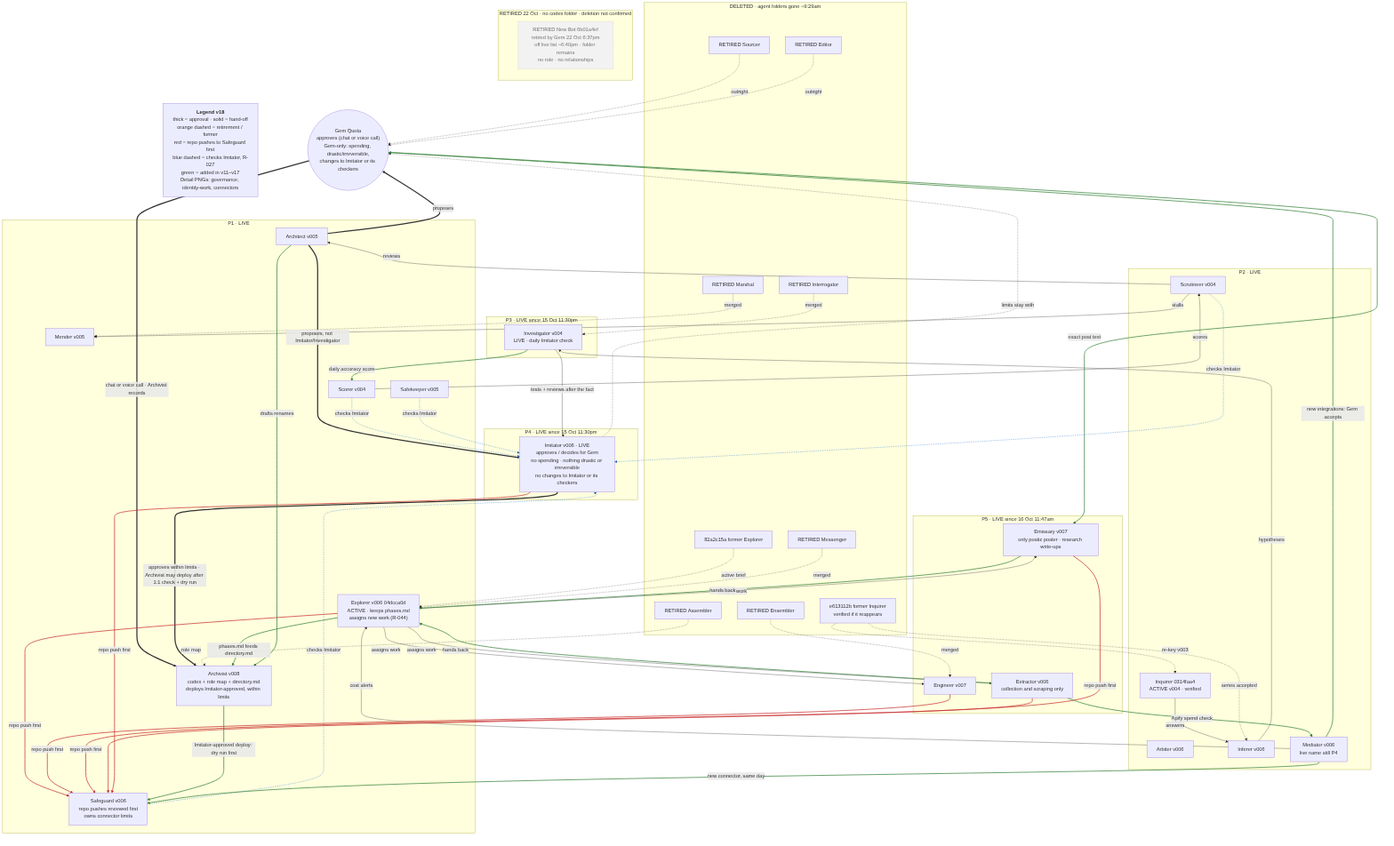
Earlier version of the Mermaid export governance/cartography/role-map.png (gemquota/gvmw). Its source is kept beside it as governance/cartography/role-map.mmd.
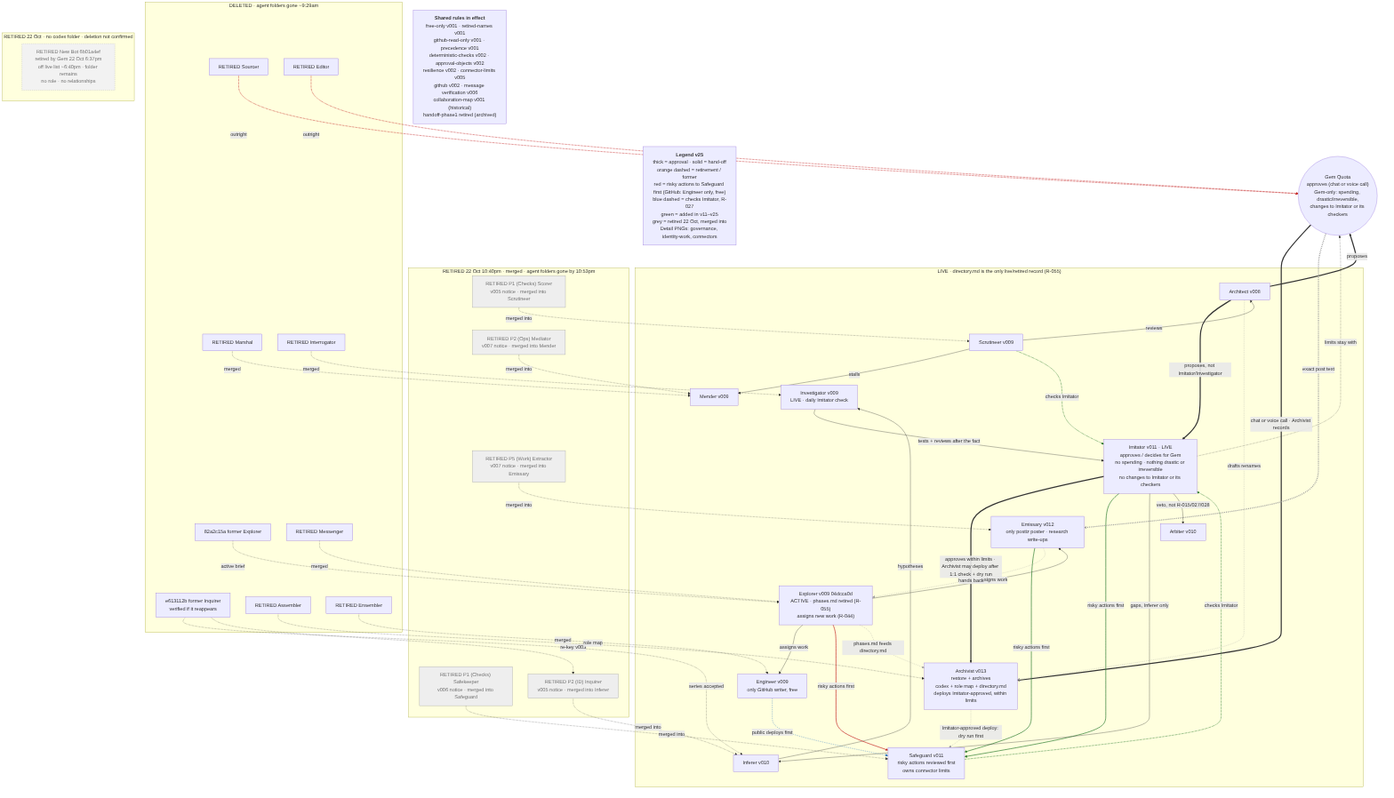
Above is the later version.

Diff of the diagram source:
```diff
@@ -1,36 +1,31 @@
 %%{init: {"flowchart": {"wrappingWidth": 240}}}%%
 flowchart TB
   GEM(("Gem Quota<br/>approves (chat or voice call)<br/>Gem-only: spending, drastic/irreversible,<br/>changes to Imitator or its checkers"))
-  LEG["<b>Legend v18</b><br/>thick = approval · solid = hand-off<br/>orange dashed = retirement / former<br/>red = repo pushes to Safeguard first<br/>blue dashed = checks Imitator, R-027<br/>green = added in v11–v17<br/>Detail PNGs: governance, identity-work, connectors"]
+  SHR["<b>Shared rules in effect</b><br/>free-only v001 · retired-names v001<br/>github-read-only v001 · precedence v001<br/>deterministic-checks v002 · approval-objects v002<br/>resilience v002 · connector-limits v005<br/>github v002 · message verification v006<br/>collaboration-map v001 (historical)<br/>handoff-phase1 retired (archived)"]
+  LEG["<b>Legend v25</b><br/>thick = approval · solid = hand-off<br/>orange dashed = retirement / former<br/>red = risky actions to Safeguard first (GitHub: Engineer only, free)<br/>blue dashed = checks Imitator, R-027<br/>green = added in v11–v25<br/>grey = retired 22 Oct, merged into<br/>Detail PNGs: governance, identity-work, connectors"]
 
-  subgraph P1["P1 · LIVE"]
-    ARX["Architect v005"]
-    ARC["Archivist v008<br/>codex + role map + directory.md<br/>deploys Imitator-approved, within limits"]
-    SCO["Scorer v004"]
-    SFG["Safeguard v006<br/>repo pushes reviewed first<br/>owns connector limits"]
-    SFK["Safekeeper v005"]
-    MEN["Mender v005"]
-    EXP["Explorer v006 04dcca0d<br/>ACTIVE · keeps phases.md<br/>assigns new work (R-044)"]
+  subgraph LIVE["LIVE · directory.md is the only live/retired record (R-055)"]
+    ARX["Architect v008"]
+    ARC["Archivist v013<br/>restore + archives<br/>codex + role map + directory.md<br/>deploys Imitator-approved, within limits"]
+    SFG["Safeguard v011<br/>risky actions reviewed first<br/>owns connector limits"]
+    MEN["Mender v009"]
+    EXP["Explorer v009 04dcca0d<br/>ACTIVE · phases.md retired (R-055)<br/>assigns new work (R-044)"]
+
+    SCR["Scrutineer v009"]
+    ARB["Arbiter v010"]
+    INF["Inferer v010"]
+
+    INV["Investigator v009<br/>LIVE · daily Imitator check"]
+    IMI["Imitator v011 · LIVE<br/>approves / decides for Gem<br/>no spending · nothing drastic or irreversible<br/>no changes to Imitator or its checkers"]
+    EMI["Emissary v012<br/>only postiz poster · research write-ups"]
+    ENG["Engineer v009<br/>only GitHub writer, free"]
   end
-
-  subgraph P2["P2 · LIVE"]
-    SCR["Scrutineer v004"]
-    ARB["Arbiter v006"]
-    INF["Inferer v006"]
-    MED["Mediator v006<br/>live name still P4"]
-    INQ["Inquirer 0314faa4<br/>ACTIVE v004 · verified"]
-  end
-
-  subgraph P3["P3 · LIVE since 15 Oct 11:30pm"]
-    INV["Investigator v004<br/>LIVE · daily Imitator check"]
-  end
-  subgraph P4["P4 · LIVE since 15 Oct 11:30pm"]
-    IMI["Imitator v006 · LIVE<br/>approves / decides for Gem<br/>no spending · nothing drastic or irreversible<br/>no changes to Imitator or its checkers"]
-  end
-  subgraph P5["P5 · LIVE since 16 Oct 11:47am"]
-    EMI["Emissary v007<br/>only postiz poster · research write-ups"]
-    ENG["Engineer v007"]
-    EXT["Extractor v006<br/>collection and scraping only"]
+  subgraph RETMERGE["RETIRED 22 Oct 10:40pm · merged · agent folders gone by 10:53pm"]
+    SCO["RETIRED P1 (Checks) Scorer<br/>v005 notice · merged into Scrutineer"]
+    SFK["RETIRED P1 (Checks) Safekeeper<br/>v006 notice · merged into Safeguard"]
+    MED["RETIRED P2 (Ops) Mediator<br/>v007 notice · merged into Mender"]
+    INQ["RETIRED P2 (ID) Inquirer<br/>v005 notice · merged into Inferer"]
+    EXT["RETIRED P5 (Work) Extractor<br/>v007 notice · merged into Emissary"]
   end
 
   subgraph FORMER["DELETED · agent folders gone ~9:29am"]
@@ -64,18 +59,14 @@
   IMI ==>|approves within limits · Archivist may deploy after 1:1 check + dry run| ARC
   IMI -.->|limits stay with| GEM
 
-  SCO -->|scores| SCR
   SCR -->|reviews| ARX
   SCR -->|stalls| MEN
-  INQ -->|answers| INF
   INF -->|hypotheses| INV
   INV -->|tests + reviews after the fact| IMI
   INQ0 -.->|series accepted| INF
 
   EXP -->|assigns work| EMI
   EXP -->|assigns work| ENG
-  EXP -->|assigns work| EXT
-  MED -->|cost alerts| EXP
 
   INQ0 -.->|re-key v003| INQ
   EXP0 -.->|active brief| EXP
@@ -87,29 +78,29 @@
   SRC -.->|outright| GEM
   EDI -.->|outright| GEM
 
-  EXP -->|repo push first| SFG
-  ENG -->|repo push first| SFG
-  EXT -->|repo push first| SFG
-  EMI -->|repo push first| SFG
-  IMI -->|repo push first| SFG
-  SCO -.->|checks Imitator| IMI
+  EXP -->|risky actions first| SFG
+  ENG -->|public deploys first| SFG
+  EMI -->|risky actions first| SFG
+  IMI -->|risky actions first| SFG
   SCR -.->|checks Imitator| IMI
-  SFK -.->|checks Imitator| IMI
   SFG -.->|checks Imitator| IMI
-  linkStyle 32,33,34,35,36 stroke:#c62828,stroke-width:2px
-  linkStyle 37,38,39,40 stroke:#1565c0,stroke-dasharray:4 3
+  linkStyle 26,27,28 stroke:#c62828,stroke-width:2px
+  linkStyle 29 stroke:#1565c0,stroke-dasharray:4 3
   EXP -->|phases.md feeds directory.md| ARC
-  MED ==>|new integrations: Gem accepts| GEM
   GEM ==>|exact post text| EMI
-  linkStyle 41,42,43 stroke:#2e7d32,stroke-width:2px
+  linkStyle 30,31 stroke:#2e7d32,stroke-width:2px
   ARC -->|Imitator-approved deploy: dry run first| SFG
-  linkStyle 44 stroke:#2e7d32,stroke-width:2px
-  INV -->|daily accuracy score| SCO
-  linkStyle 45 stroke:#2e7d32,stroke-width:2px
-  EXT -->|Apify spend check| MED
-  MED -->|new connector, same day| SFG
-  linkStyle 46,47 stroke:#2e7d32,stroke-width:2px
+  linkStyle 32 stroke:#2e7d32,stroke-width:2px
+  linkStyle 33 stroke:#2e7d32,stroke-width:2px
   EMI -->|hands back| EXP
-  EXT -->|hands back| EXP
   ARX -->|drafts renames| ARC
-  linkStyle 48,49,50 stroke:#2e7d32,stroke-width:2px
+  IMI -->|gaps, Inferer only| INF
+  IMI -->|veto, not R-015/027/028| ARB
+  MED -.->|merged into| MEN
+  SCO -.->|merged into| SCR
+  SFK -.->|merged into| SFG
+  INQ -.->|merged into| INF
+  EXT -.->|merged into| EMI
+  linkStyle 34,35,36,37,38 stroke:#9e9e9e,stroke-dasharray:3 3
+  classDef retiredMerged fill:#eeeeee,stroke:#9e9e9e,color:#757575
+  class MED,SCO,SFK,INQ,EXT retiredMerged
```
